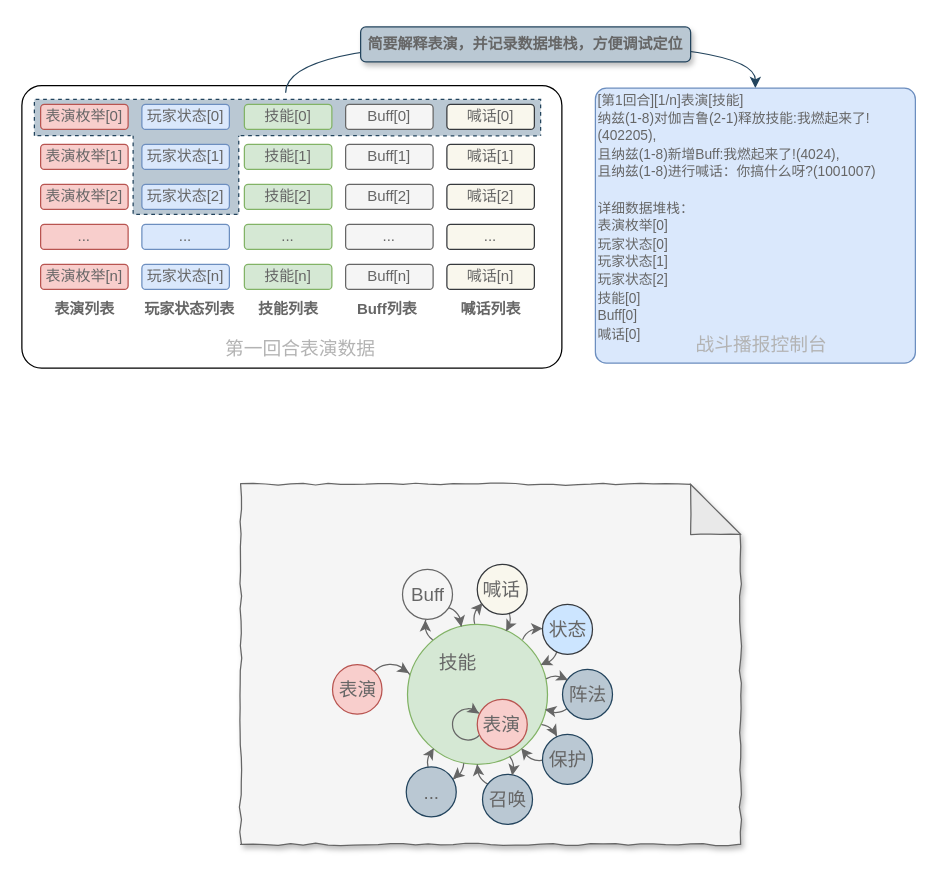
Earlier version of the draw.io diagram ppt战斗文字播报器介绍.drawio (leoin2012/draw.io.files). Source tidied: cells renumbered, new cells numbered last; positions are measured from the earlier drawing's top-left corner, leaving out a move shared by most shapes. Both pictures are drawn from the tidied source at 125%, with x=0, y=0 at pixel (21, 26).
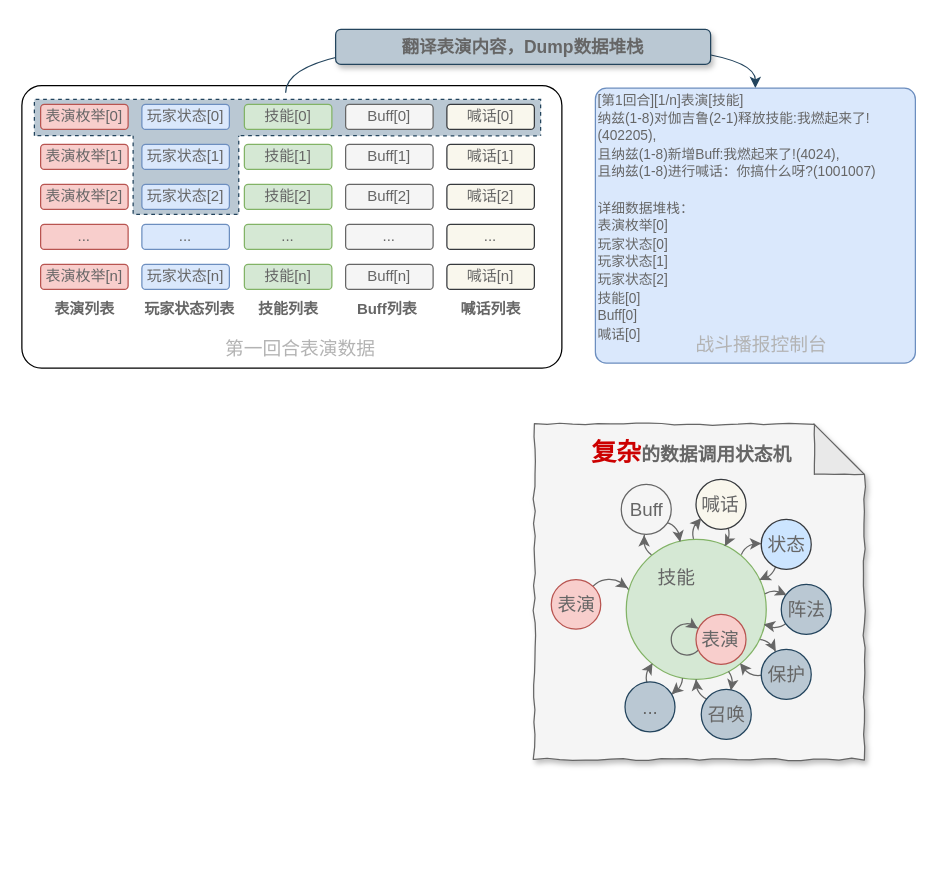
After the change.

Commit message:
更新ppt战斗文字播报器介绍.drawio

What changed in the source:
```diff
@@
-    <mxCell id="39" value="&lt;font color=&quot;#666666&quot;&gt;简要解释表演，并&lt;/font&gt;&lt;span style=&quot;color: rgb(102 , 102 , 102)&quot;&gt;记录数据堆栈，方便调试定位&lt;/span&gt;" style="text;html=1;align=center;verticalAlign=middle;whiteSpace=wrap;rounded=1;shadow=1;comic=0;glass=0;fillColor=#bac8d3;strokeColor=#23445d;fontStyle=1;" parent="1" vertex="1">
-      <mxGeometry x="271" width="264" height="28" as="geometry" />
+    <mxCell id="39" value="&lt;font style=&quot;font-size: 14px&quot;&gt;&lt;font color=&quot;#666666&quot; style=&quot;font-size: 14px&quot;&gt;翻译表演内容，Dump&lt;/font&gt;&lt;span style=&quot;color: rgb(102 , 102 , 102)&quot;&gt;数据堆栈&lt;/span&gt;&lt;/font&gt;" style="text;html=1;align=center;verticalAlign=middle;whiteSpace=wrap;rounded=1;shadow=1;comic=0;glass=0;fillColor=#bac8d3;strokeColor=#23445d;fontStyle=1;" parent="1" vertex="1">
+      <mxGeometry x="251" y="2" width="300" height="28" as="geometry" />
     </mxCell>
@@
     <mxCell id="42" style="shape=note;whiteSpace=wrap;html=1;backgroundOutline=1;darkOpacity=0.05;shadow=1;comic=1;labelBackgroundColor=none;strokeColor=#666666;fillColor=#f5f5f5;fontSize=15;fontColor=#333333;align=center;size=40;" parent="1" vertex="1">
-      <mxGeometry x="175" y="366" width="400" height="288" as="geometry" />
+      <mxGeometry x="410" y="318" width="264" height="268" as="geometry" />
     </mxCell>
     <mxCell id="43" style="group;" parent="1" vertex="1">
-      <mxGeometry x="248.5" y="430" width="224" height="208" as="geometry" />
+      <mxGeometry x="423.5" y="362" width="224" height="208" as="geometry" />
     </mxCell>
@@
+    <mxCell id="80" value="&lt;b&gt;&lt;font color=&quot;#cc0000&quot; style=&quot;font-size: 20px&quot;&gt;复杂&lt;/font&gt;&lt;font color=&quot;#666666&quot;&gt;的数据调用状态机&lt;/font&gt;&lt;/b&gt;" style="text;html=1;strokeColor=none;fillColor=none;align=center;verticalAlign=middle;whiteSpace=wrap;rounded=0;shadow=0;comic=1;labelBackgroundColor=none;fontSize=15;fontColor=#F8CECC;" parent="1" vertex="1">
+      <mxGeometry x="449.5" y="330" width="172" height="20" as="geometry" />
+    </mxCell>
```
